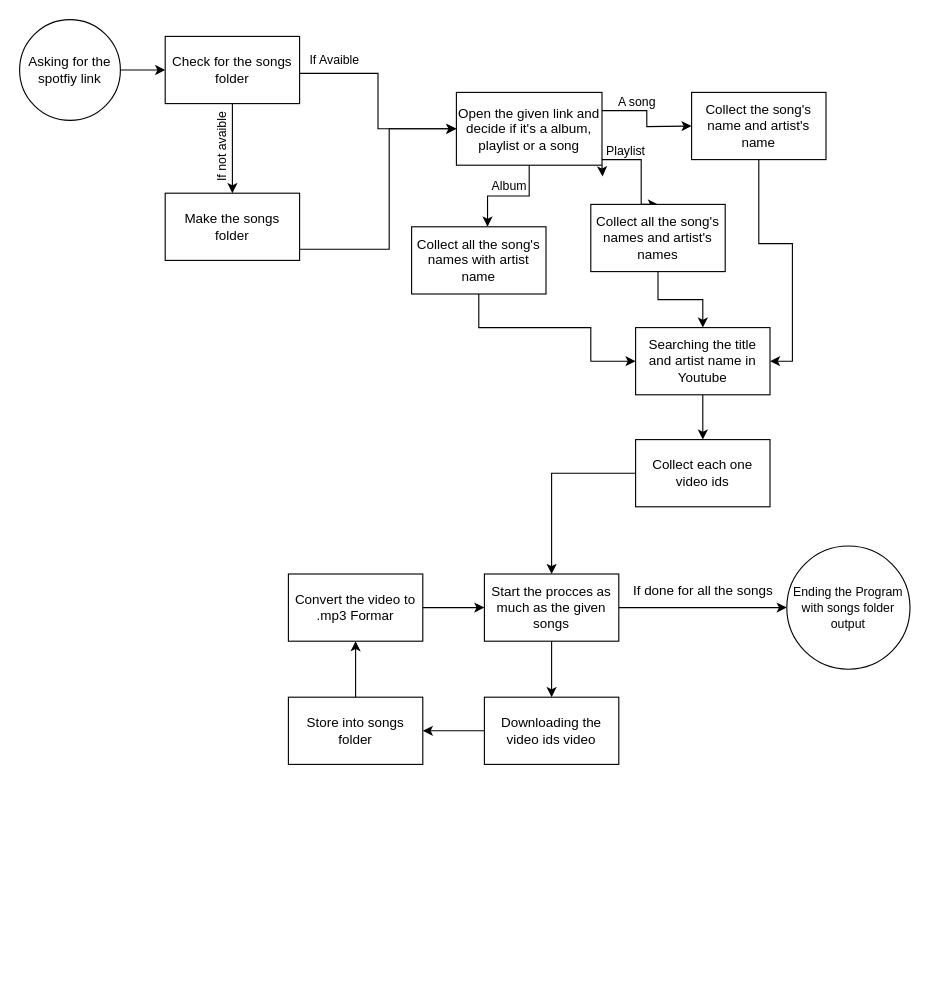
This is Spotify_saver.drawio from YandLim/SpotLoader, a draw.io file, before an edit. Source tidied: cells renumbered, new cells numbered last; positions are measured from the earlier drawing's top-left corner, leaving out a move shared by most shapes. Both pictures are drawn from the tidied source at 112%, with x=0, y=0 at pixel (19, 19).
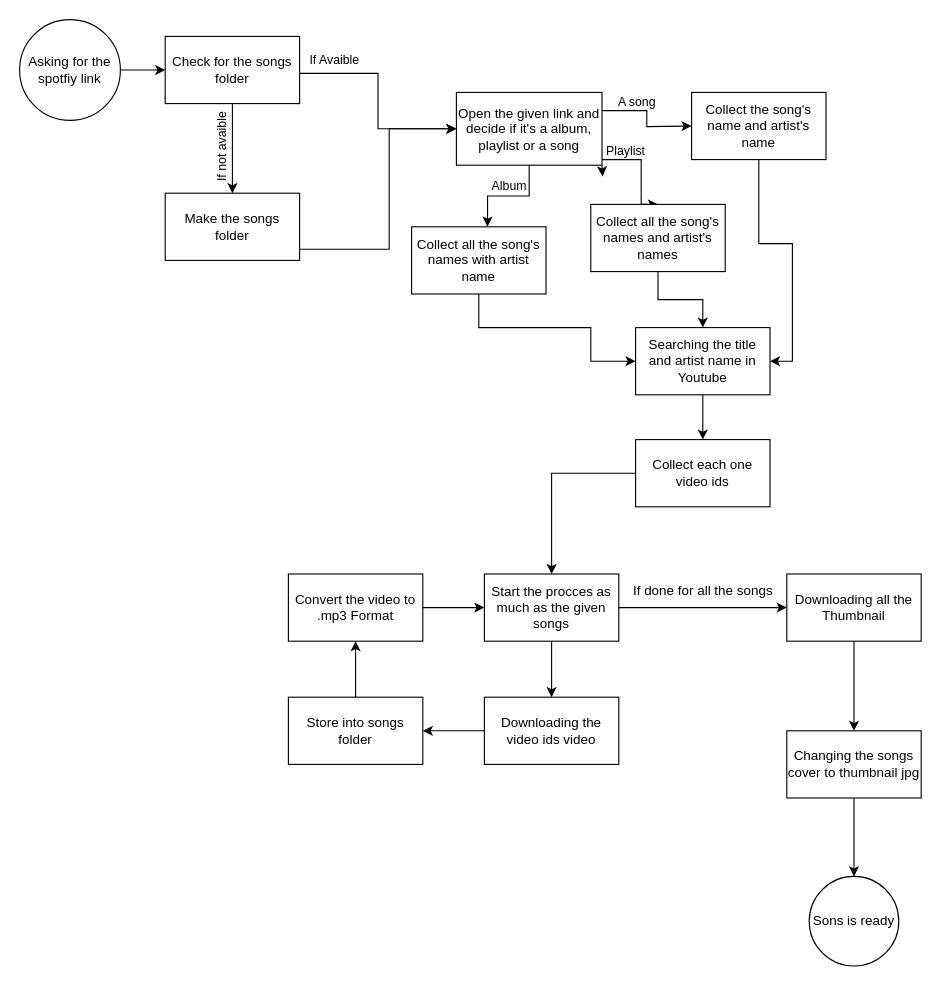
The same diagram, later.

Unchanged cells that the change refers to:
```xml
<mxCell id="31" value="Start the procces as much as the given songs" style="whiteSpace=wrap;html=1;" parent="1" vertex="1">
  <mxGeometry x="415" y="495" width="120" height="60" as="geometry" />
</mxCell>
```

What changed in the source:
```diff
@@
-    <mxCell id="30" style="edgeStyle=orthogonalEdgeStyle;rounded=0;jettySize=auto;html=1;" parent="1" edge="1" source="31" target="38">
-      <mxGeometry relative="1" as="geometry" />
+    <mxCell id="30" style="edgeStyle=orthogonalEdgeStyle;rounded=0;jettySize=auto;html=1;" parent="1" edge="1" source="31">
+      <mxGeometry relative="1" as="geometry">
+        <mxPoint x="685" y="525" as="targetPoint" />
+      </mxGeometry>
     </mxCell>
@@
-    <mxCell id="37" value="Convert the video to .mp3 Formar" style="whiteSpace=wrap;html=1;" parent="1" vertex="1">
+    <mxCell id="37" value="Convert the video to .mp3 Format" style="whiteSpace=wrap;html=1;" parent="1" vertex="1">
       <mxGeometry x="240" y="495" width="120" height="60" as="geometry" />
     </mxCell>
-    <mxCell id="38" value="&lt;font style=&quot;font-size: 11px;&quot;&gt;Ending the Program with songs folder output&lt;/font&gt;" style="ellipse;whiteSpace=wrap;html=1;" parent="1" vertex="1">
-      <mxGeometry x="685" y="470" width="110" height="110" as="geometry" />
-    </mxCell>
@@
+    <mxCell id="40" style="edgeStyle=orthogonalEdgeStyle;rounded=0;jettySize=auto;html=1;" parent="1" edge="1" source="41" target="43">
+      <mxGeometry relative="1" as="geometry" />
+    </mxCell>
+    <mxCell id="41" value="Downloading all the Thumbnail" style="whiteSpace=wrap;html=1;" parent="1" vertex="1">
+      <mxGeometry x="685" y="495" width="120" height="60" as="geometry" />
+    </mxCell>
+    <mxCell id="42" style="edgeStyle=orthogonalEdgeStyle;rounded=0;jettySize=auto;html=1;" parent="1" edge="1" source="43" target="44">
+      <mxGeometry relative="1" as="geometry" />
+    </mxCell>
+    <mxCell id="43" value="Changing the songs cover to thumbnail jpg" style="whiteSpace=wrap;html=1;" parent="1" vertex="1">
+      <mxGeometry x="685" y="635" width="120" height="60" as="geometry" />
+    </mxCell>
+    <mxCell id="44" value="Sons is ready" style="ellipse;whiteSpace=wrap;html=1;" parent="1" vertex="1">
+      <mxGeometry x="705" y="765" width="80" height="80" as="geometry" />
+    </mxCell>
```
